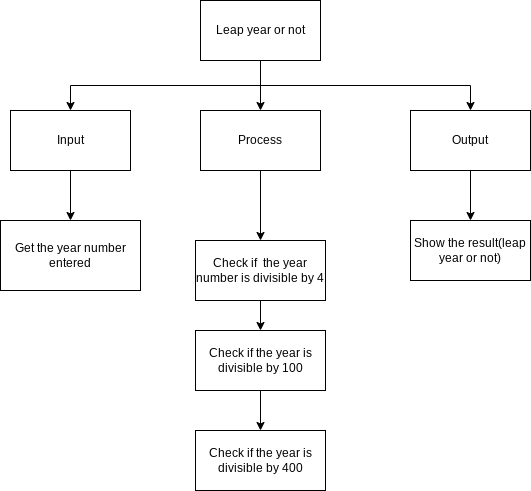
Before: design.leap_year.top-down.png, a diagram exported from draw.io (Yiyun-Qin/ICS3U-Unit3-08-Python). Source tidied: cells renumbered, new cells last; positions are measured from the earlier drawing's top-left corner, leaving out a move shared by most shapes.
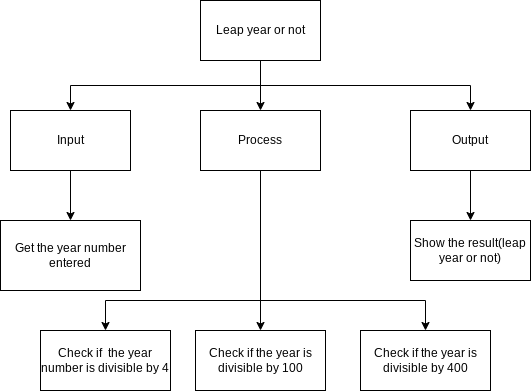
Later version of the same file.

Commit message:
leap year new int

Diff of the diagram source:
```diff
@@ -21,8 +21,24 @@
       <mxGeometry x="10" y="110" width="120" height="60" as="geometry" />
     </mxCell>
     <mxCell id="8" style="edgeStyle=orthogonalEdgeStyle;rounded=0;html=1;exitX=0.5;exitY=1;exitDx=0;exitDy=0;entryX=0.5;entryY=0;entryDx=0;entryDy=0;" parent="1" edge="1" source="9" target="14">
-      <mxGeometry relative="1" as="geometry" />
+      <mxGeometry relative="1" as="geometry">
+        <Array as="points">
+          <mxPoint x="260" y="300" />
+          <mxPoint x="105" y="300" />
+        </Array>
+      </mxGeometry>
     </mxCell>
+    <mxCell id="16" style="edgeStyle=none;html=1;entryX=0.5;entryY=0;entryDx=0;entryDy=0;" parent="1" edge="1" source="9" target="17">
+      <mxGeometry relative="1" as="geometry" />
+    </mxCell>
+    <mxCell id="19" style="edgeStyle=orthogonalEdgeStyle;html=1;exitX=0.5;exitY=1;exitDx=0;exitDy=0;entryX=0.5;entryY=0;entryDx=0;entryDy=0;rounded=0;" parent="1" edge="1" source="9" target="18">
+      <mxGeometry relative="1" as="geometry">
+        <Array as="points">
+          <mxPoint x="260" y="300" />
+          <mxPoint x="425" y="300" />
+        </Array>
+      </mxGeometry>
+    </mxCell>
     <mxCell id="9" value="Process" style="rounded=0;whiteSpace=wrap;html=1;" parent="1" vertex="1">
       <mxGeometry x="200" y="110" width="120" height="60" as="geometry" />
     </mxCell>
@@ -35,23 +51,17 @@
     <mxCell id="12" value="Get the year number entered" style="rounded=0;whiteSpace=wrap;html=1;" parent="1" vertex="1">
       <mxGeometry y="220" width="140" height="70" as="geometry" />
     </mxCell>
-    <mxCell id="13" style="edgeStyle=none;html=1;exitX=0.5;exitY=1;exitDx=0;exitDy=0;entryX=0.5;entryY=0;entryDx=0;entryDy=0;" parent="1" edge="1" source="14" target="17">
-      <mxGeometry relative="1" as="geometry" />
-    </mxCell>
     <mxCell id="14" value="Check if&amp;nbsp; the year number is divisible by 4" style="rounded=0;whiteSpace=wrap;html=1;" parent="1" vertex="1">
-      <mxGeometry x="195" y="240" width="130" height="60" as="geometry" />
+      <mxGeometry x="40" y="330" width="130" height="60" as="geometry" />
     </mxCell>
     <mxCell id="15" value="Show the result(leap year or not)" style="rounded=0;whiteSpace=wrap;html=1;" parent="1" vertex="1">
       <mxGeometry x="410" y="220" width="120" height="60" as="geometry" />
     </mxCell>
-    <mxCell id="16" style="edgeStyle=none;html=1;exitX=0.5;exitY=1;exitDx=0;exitDy=0;entryX=0.5;entryY=0;entryDx=0;entryDy=0;" parent="1" edge="1" source="17" target="18">
-      <mxGeometry relative="1" as="geometry" />
-    </mxCell>
     <mxCell id="17" value="Check if the year is divisible by 100" style="rounded=0;whiteSpace=wrap;html=1;" parent="1" vertex="1">
       <mxGeometry x="195" y="330" width="130" height="60" as="geometry" />
     </mxCell>
     <mxCell id="18" value="Check if the year is divisible by 400" style="rounded=0;whiteSpace=wrap;html=1;" parent="1" vertex="1">
-      <mxGeometry x="195" y="430" width="130" height="60" as="geometry" />
+      <mxGeometry x="360" y="330" width="130" height="60" as="geometry" />
     </mxCell>
   </root>
 </mxGraphModel>
```
